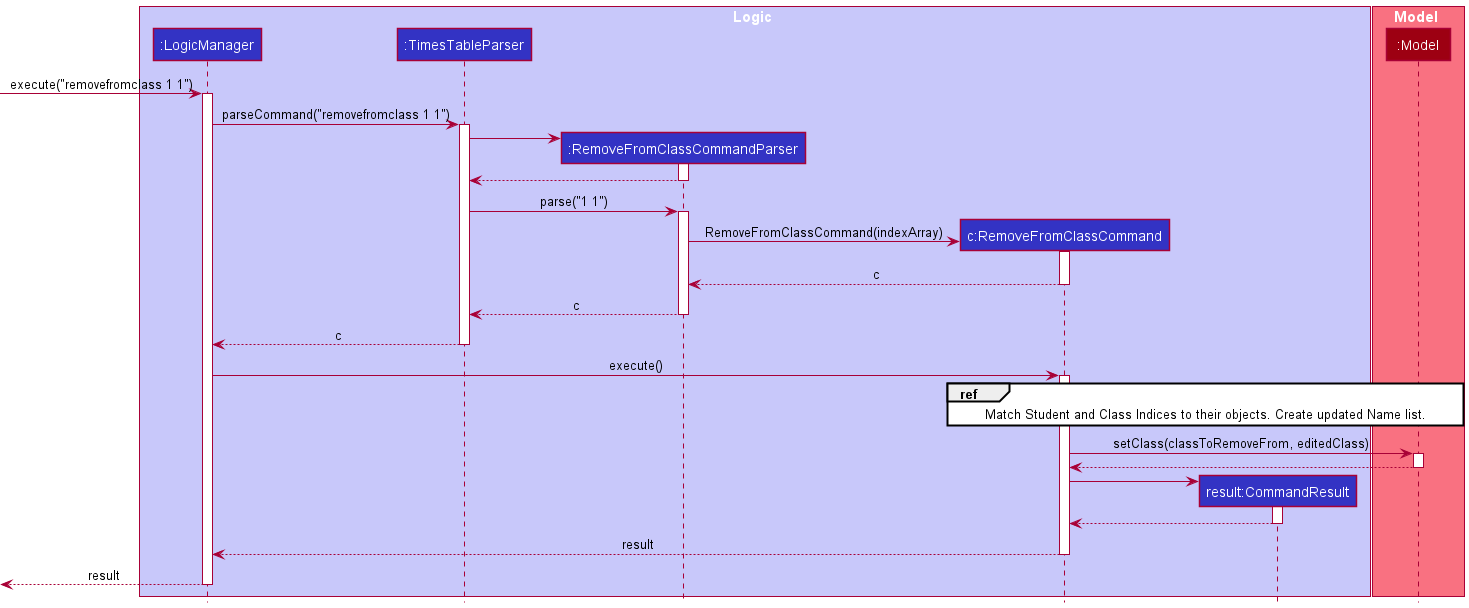
Earlier version of the PlantUML export docs/images/RemoveFromClassOverviewDiagram.png (softmagnet/tp).
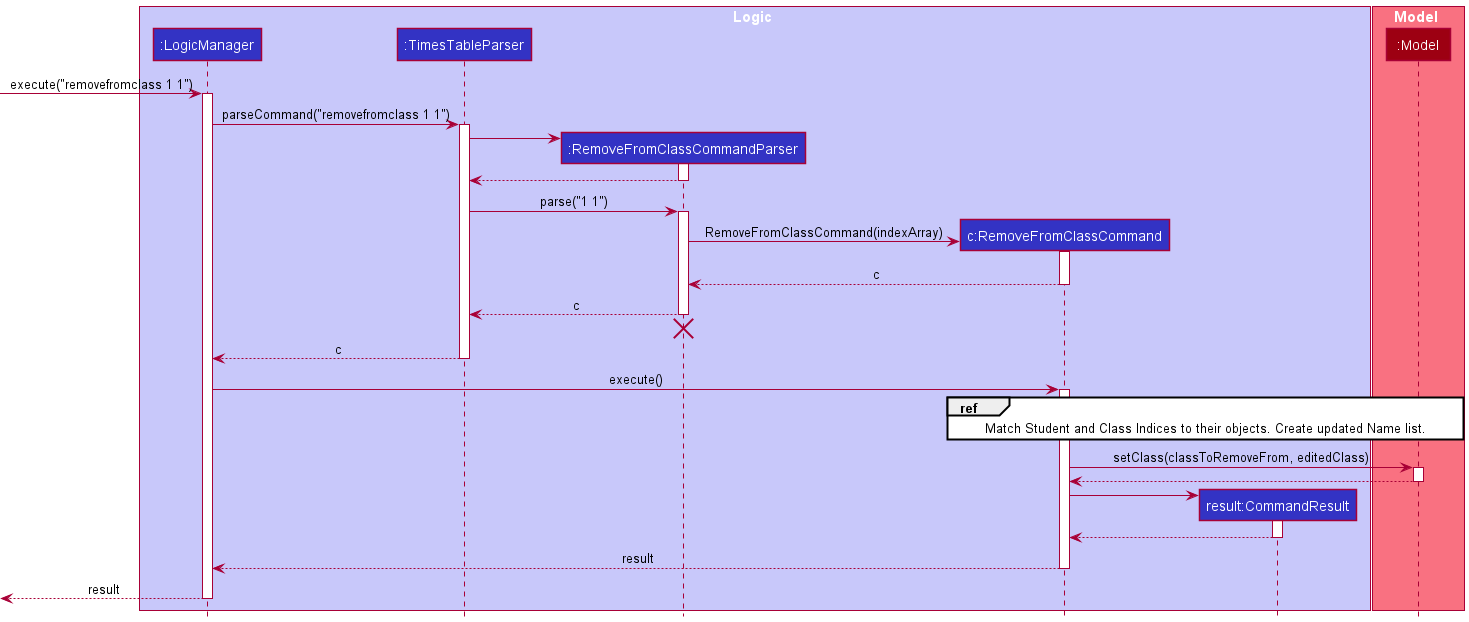
After the commit.

Commit message:
Add destroy parser to RemoveFromClassOverviewDiagram.puml

What changed in the source:
```diff
@@ -32,6 +32,8 @@
 deactivate RemoveFromClassCommand
 TimesTableParser <-- RemoveFromClassCommandParser: c
 deactivate RemoveFromClassCommandParser
+RemoveFromClassCommandParser -[hidden]-> TimesTableParser
+destroy RemoveFromClassCommandParser
 LogicManager <-- TimesTableParser: c
 deactivate TimesTableParser
 
```
